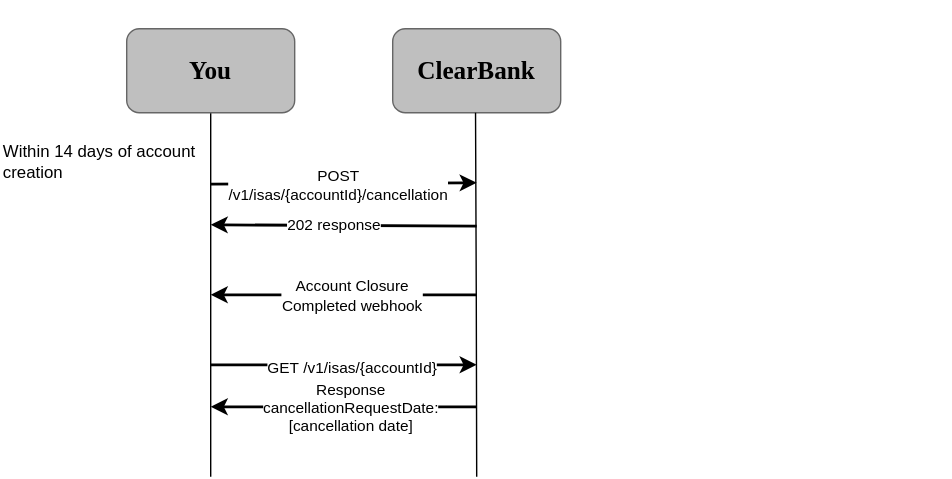
Before: static/assets/images/cash-isa-cancel.svg, a diagram exported from draw.io (clearbank/clearbank.github.io). Source tidied: cells renumbered, new cells last; positions are measured from the earlier drawing's top-left corner, leaving out a move shared by most shapes.
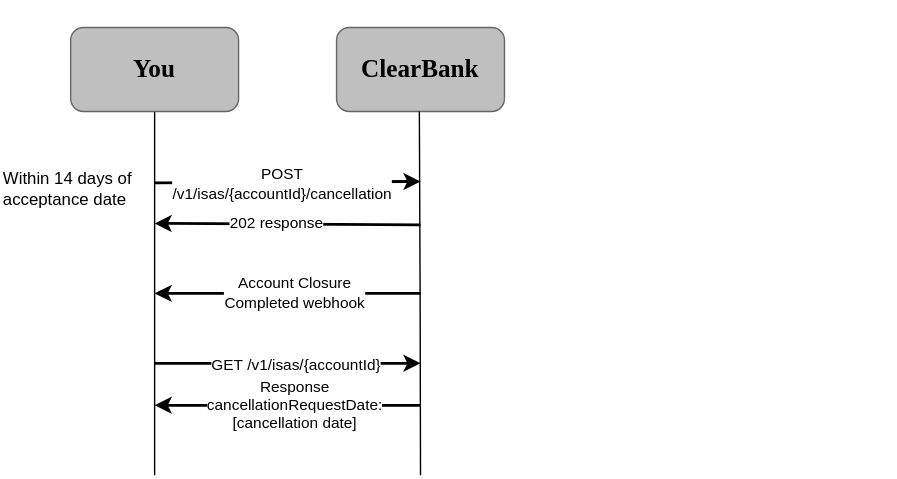
After the change.

Commit message:
fixed mssg flow

The edit, as a diff of the source:
```diff
@@ -78,8 +78,8 @@
         <mxPoint x="13" y="1" as="offset" />
       </mxGeometry>
     </mxCell>
-    <mxCell id="16" value="Within 14 days of account creation" style="text;html=1;strokeColor=none;fillColor=none;align=left;verticalAlign=middle;whiteSpace=wrap;rounded=0;" parent="1" vertex="1">
-      <mxGeometry y="80" width="160" height="70" as="geometry" />
+    <mxCell id="16" value="Within 14 days of acceptance date" style="text;html=1;strokeColor=none;fillColor=none;align=left;verticalAlign=middle;whiteSpace=wrap;rounded=0;" parent="1" vertex="1">
+      <mxGeometry x="40" y="100" width="140" height="70" as="geometry" />
     </mxCell>
     <mxCell id="17" style="rounded=1;whiteSpace=wrap;html=1;fillColor=none;strokeColor=none;" parent="1" vertex="1">
       <mxGeometry x="460" y="160" width="220" height="60" as="geometry" />
```
